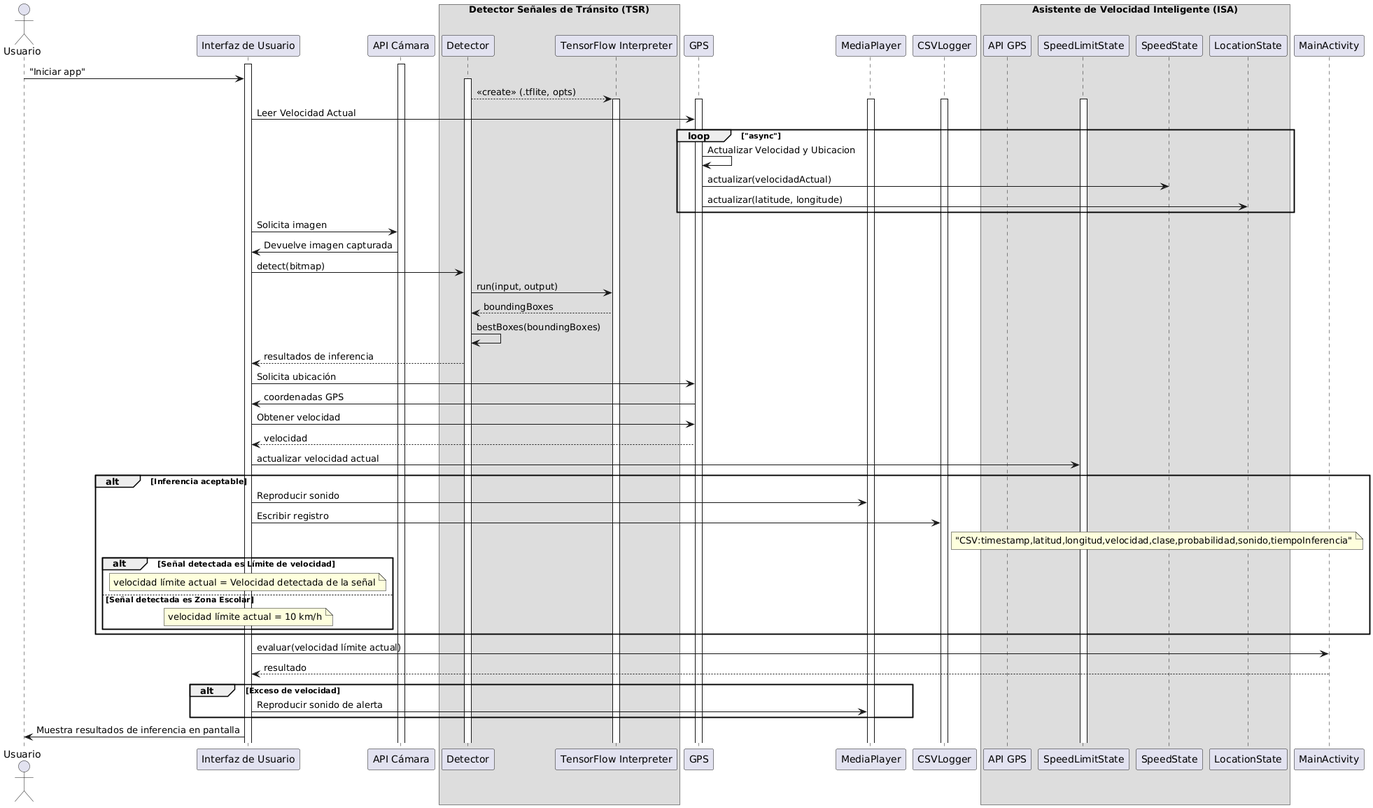
Earlier version of the PlantUML export docs/diagrama_secuencia.png (azambrana/copiloto-virtual). Source of this version:
```plantuml
@startuml
actor Usuario

participant "Interfaz de Usuario" as IU
activate IU
participant "API Cámara" as Camara
activate Camara
Usuario -> IU : "Iniciar app"

box Detector Señales de Tránsito (TSR)
    participant "Detector" as detector
    activate detector
    participant "TensorFlow Interpreter" as YOLO
    detector --> YOLO: << create >> (.tflite, opts)
    activate YOLO
end box

activate GPS
activate SpeedLimitState

participant "MediaPlayer" as mediaPlayer
activate mediaPlayer
participant "CSVLogger" as logs
activate logs

box Asistente de Velocidad Inteligente (ISA)
    participant "API GPS" as GPSManager
    participant "SpeedLimitState" as SpeedLimitState

    IU -> GPS: Leer Velocidad Actual
    loop "async"
        GPS -> GPS: Actualizar Velocidad y Ubicacion
        GPS -> SpeedState: actualizar(velocidadActual)
        GPS -> LocationState:  actualizar(latitude, longitude)
    end
end box


IU -> Camara : Solicita imagen
Camara -> IU : Devuelve imagen capturada
IU -> detector: detect(bitmap)
detector-> YOLO : run(input, output)
YOLO --> detector: boundingBoxes
detector -> detector: bestBoxes(boundingBoxes)
detector --> IU : resultados de inferencia

IU -> GPS : Solicita ubicación
GPS -> IU : coordenadas GPS
IU -> GPS : Obtener velocidad
GPS --> IU : velocidad
IU -> SpeedLimitState: actualizar velocidad actual

alt Inferencia aceptable
    IU -> mediaPlayer: Reproducir sonido
    IU -> logs: Escribir registro
    note right logs: "CSV:timestamp,latitud,longitud,velocidad,clase,probabilidad,sonido,tiempoInferencia"

    alt Señal detectada es Límite de velocidad
         note over IU: velocidad límite actual = Velocidad detectada de la señal
    else Señal detectada es Zona Escolar
         note over IU: velocidad límite actual = 10 km/h
    end
end

IU -> MainActivity: evaluar(velocidad límite actual)

MainActivity--> IU: resultado

alt Exceso de velocidad
    IU -> mediaPlayer: Reproducir sonido de alerta
end

IU -> Usuario : Muestra resultados de inferencia en pantalla
@enduml
```
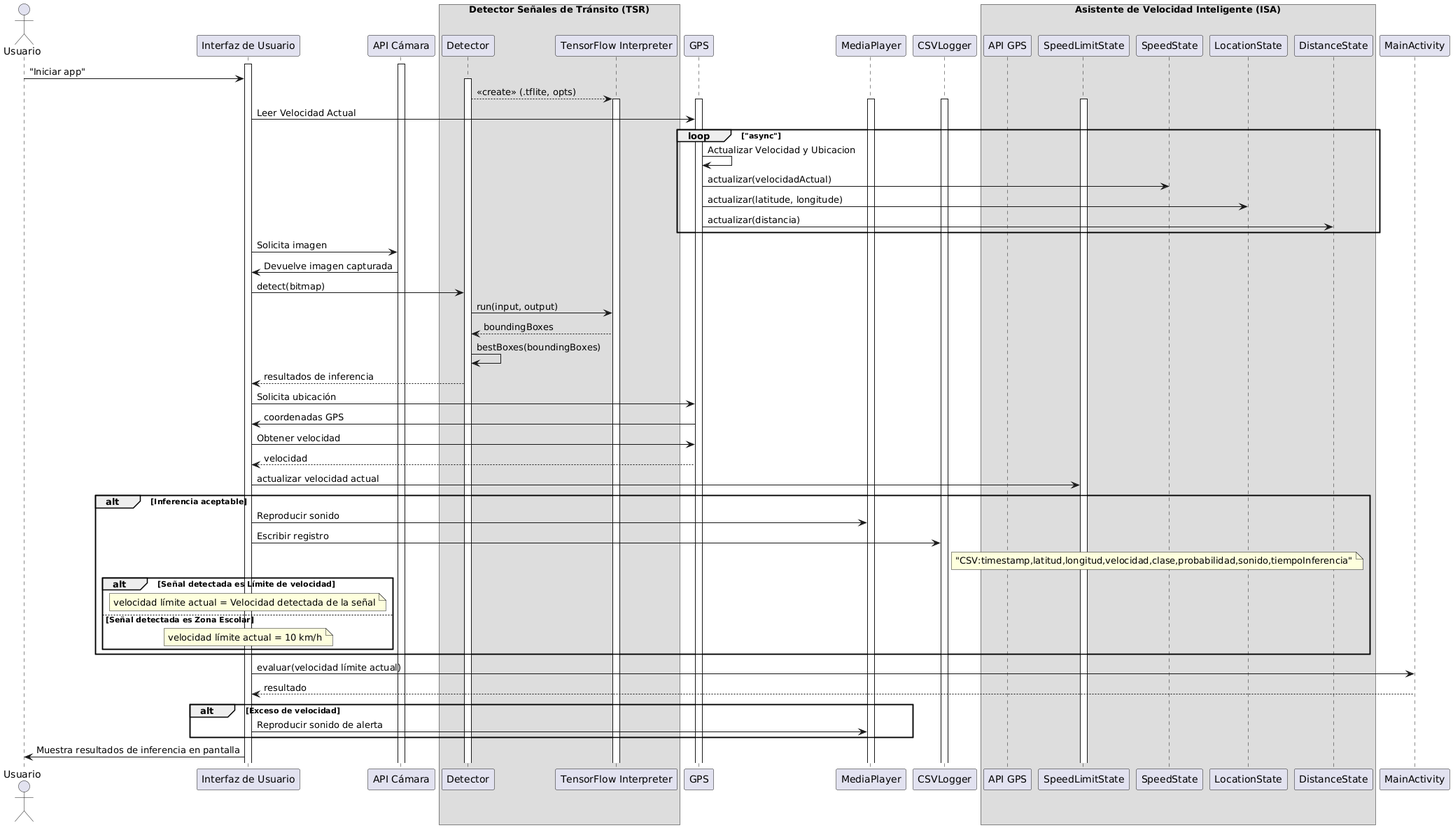
The same diagram one commit later.

Diff of the diagram source:
```diff
@@ -32,6 +32,7 @@
         GPS -> GPS: Actualizar Velocidad y Ubicacion
         GPS -> SpeedState: actualizar(velocidadActual)
         GPS -> LocationState:  actualizar(latitude, longitude)
+        GPS -> DistanceState:  actualizar(distancia)
     end
 end box
 
```
